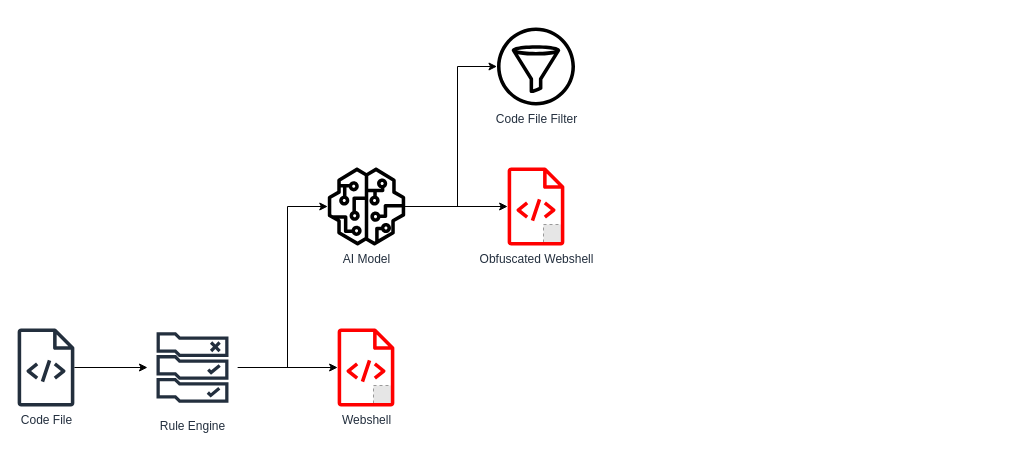
Before: php-webshell-inyk.drawio in sidney-neu/draw_io, a draw.io diagram. Source tidied: cells renumbered, new cells numbered last; positions are measured from the earlier drawing's top-left corner, leaving out a move shared by most shapes. Both pictures are drawn from the tidied source at 100%, with x=0, y=0 at pixel (17, 27). Pictures stored in the file or linked from it are replaced by grey dashed boxes.
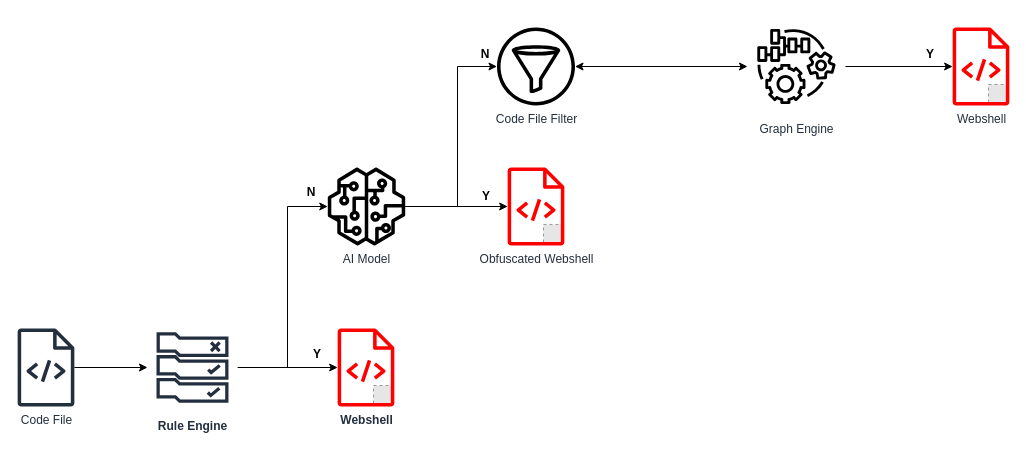
Above is the later version.

The change refers to these unchanged cells:
```xml
<mxCell id="10" style="group;" parent="1" vertex="1">
  <mxGeometry x="320" y="301" width="57" height="78" as="geometry" />
</mxCell>
<mxCell id="16" value="Code File Filter" style="sketch=0;outlineConnect=0;fontColor=#232F3E;gradientColor=none;fillColor=#000000;strokeColor=none;dashed=0;verticalLabelPosition=bottom;verticalAlign=top;align=center;html=1;fontSize=12;fontStyle=0;shape=mxgraph.aws4.filtering_rule;" parent="1" vertex="1">
  <mxGeometry x="479.5" width="78" height="78" as="geometry" />
</mxCell>
```

Change to the diagram source:
```diff
@@
-    <mxCell id="4" value="Rule Engine" style="sketch=0;outlineConnect=0;fontColor=#232F3E;gradientColor=none;strokeColor=#232F3E;fillColor=#ffffff;dashed=0;verticalLabelPosition=bottom;verticalAlign=top;align=center;html=1;fontSize=12;fontStyle=0;shape=mxgraph.aws4.resourceIcon;resIcon=mxgraph.aws4.rule_2;" parent="1" vertex="1">
+    <mxCell id="4" value="&lt;b&gt;Rule Engine&lt;/b&gt;" style="sketch=0;outlineConnect=0;fontColor=#232F3E;gradientColor=none;strokeColor=#232F3E;fillColor=#ffffff;dashed=0;verticalLabelPosition=bottom;verticalAlign=top;align=center;html=1;fontSize=12;fontStyle=0;shape=mxgraph.aws4.resourceIcon;resIcon=mxgraph.aws4.rule_2;" parent="1" vertex="1">
       <mxGeometry x="130" y="295" width="90" height="90" as="geometry" />
     </mxCell>
@@
-    <mxCell id="9" value="AI Model" style="sketch=0;outlineConnect=0;fontColor=#232F3E;gradientColor=none;fillColor=#000000;strokeColor=none;dashed=0;verticalLabelPosition=bottom;verticalAlign=top;align=center;html=1;fontSize=12;fontStyle=0;shape=mxgraph.aws4.sagemaker_model;" parent="1" vertex="1">
+    <mxCell id="9" value="AI Model" style="sketch=0;outlineConnect=0;fontColor=#232F3E;gradientColor=none;fillColor=#000000;strokeColor=#000000;dashed=0;verticalLabelPosition=bottom;verticalAlign=top;align=center;html=1;fontSize=12;fontStyle=0;shape=mxgraph.aws4.sagemaker_model;" parent="1" vertex="1">
       <mxGeometry x="310" y="140" width="78" height="78" as="geometry" />
     </mxCell>
@@
-    <mxCell id="12" value="Webshell" style="sketch=0;outlineConnect=0;fontColor=#232F3E;gradientColor=none;fillColor=#ff0000;strokeColor=none;dashed=0;verticalLabelPosition=bottom;verticalAlign=top;align=center;html=1;fontSize=12;fontStyle=0;shape=mxgraph.aws4.source_code;" parent="10" vertex="1">
+    <mxCell id="12" value="&lt;b&gt;Webshell&lt;/b&gt;" style="sketch=0;outlineConnect=0;fontColor=#232F3E;gradientColor=none;fillColor=#ff0000;strokeColor=none;dashed=0;verticalLabelPosition=bottom;verticalAlign=top;align=center;html=1;fontSize=12;fontStyle=0;shape=mxgraph.aws4.source_code;" parent="10" vertex="1">
       <mxGeometry width="57" height="78" as="geometry" />
     </mxCell>
@@
+    <mxCell id="17" style="edgeStyle=orthogonalEdgeStyle;rounded=0;jettySize=auto;html=1;" parent="1" edge="1" source="18" target="22">
+      <mxGeometry relative="1" as="geometry" />
+    </mxCell>
+    <mxCell id="18" value="Graph Engine" style="sketch=0;points=[[0,0,0],[0.25,0,0],[0.5,0,0],[0.75,0,0],[1,0,0],[0,1,0],[0.25,1,0],[0.5,1,0],[0.75,1,0],[1,1,0],[0,0.25,0],[0,0.5,0],[0,0.75,0],[1,0.25,0],[1,0.5,0],[1,0.75,0]];outlineConnect=0;fontColor=#232F3E;fillColor=none;strokeColor=#000000;dashed=0;verticalLabelPosition=bottom;verticalAlign=top;align=center;html=1;fontSize=12;fontStyle=0;shape=mxgraph.aws4.resourceIcon;resIcon=mxgraph.aws4.iot_things_graph;shadow=0;" parent="1" vertex="1">
+      <mxGeometry x="730" y="-10" width="98" height="98" as="geometry" />
+    </mxCell>
+    <mxCell id="19" style="endArrow=classic;startArrow=classic;html=1;rounded=0;" parent="1" edge="1" source="16" target="18">
+      <mxGeometry relative="1" as="geometry" />
+    </mxCell>
+    <mxCell id="20" style="group;" parent="1" vertex="1">
+      <mxGeometry x="935" width="57" height="78" as="geometry" />
+    </mxCell>
+    <mxCell id="21" style="fillColor=#E6E6E6;strokeColor=#999999;dashed=1;html=1;verticalAlign=top;verticalLabelPosition=bottom;labelBackgroundColor=#ffffff;" parent="20" vertex="1">
+      <mxGeometry x="36" y="57" width="18" height="18" as="geometry" />
+    </mxCell>
+    <mxCell id="22" value="Webshell" style="sketch=0;outlineConnect=0;fontColor=#232F3E;gradientColor=none;fillColor=#ff0000;strokeColor=none;dashed=0;verticalLabelPosition=bottom;verticalAlign=top;align=center;html=1;fontSize=12;fontStyle=0;shape=mxgraph.aws4.source_code;" parent="20" vertex="1">
+      <mxGeometry width="57" height="78" as="geometry" />
+    </mxCell>
+    <mxCell id="23" value="&lt;b&gt;Y&lt;/b&gt;" style="text;strokeColor=none;align=center;fillColor=none;html=1;verticalAlign=middle;whiteSpace=wrap;rounded=0;" parent="1" vertex="1">
+      <mxGeometry x="270" y="312" width="60" height="30" as="geometry" />
+    </mxCell>
+    <mxCell id="24" value="&lt;b&gt;N&lt;/b&gt;" style="text;strokeColor=none;align=center;fillColor=none;html=1;verticalAlign=middle;whiteSpace=wrap;rounded=0;" parent="1" vertex="1">
+      <mxGeometry x="264" y="150" width="60" height="30" as="geometry" />
+    </mxCell>
+    <mxCell id="25" value="&lt;b&gt;Y&lt;/b&gt;" style="text;strokeColor=none;align=center;fillColor=none;html=1;verticalAlign=middle;whiteSpace=wrap;rounded=0;" parent="1" vertex="1">
+      <mxGeometry x="439" y="154" width="60" height="30" as="geometry" />
+    </mxCell>
+    <mxCell id="26" value="&lt;b&gt;N&lt;/b&gt;" style="text;strokeColor=none;align=center;fillColor=none;html=1;verticalAlign=middle;whiteSpace=wrap;rounded=0;" parent="1" vertex="1">
+      <mxGeometry x="438" y="12" width="60" height="30" as="geometry" />
+    </mxCell>
+    <mxCell id="27" value="&lt;b&gt;Y&lt;/b&gt;" style="text;strokeColor=none;align=center;fillColor=none;html=1;verticalAlign=middle;whiteSpace=wrap;rounded=0;" parent="1" vertex="1">
+      <mxGeometry x="883" y="12" width="60" height="30" as="geometry" />
+    </mxCell>
```
